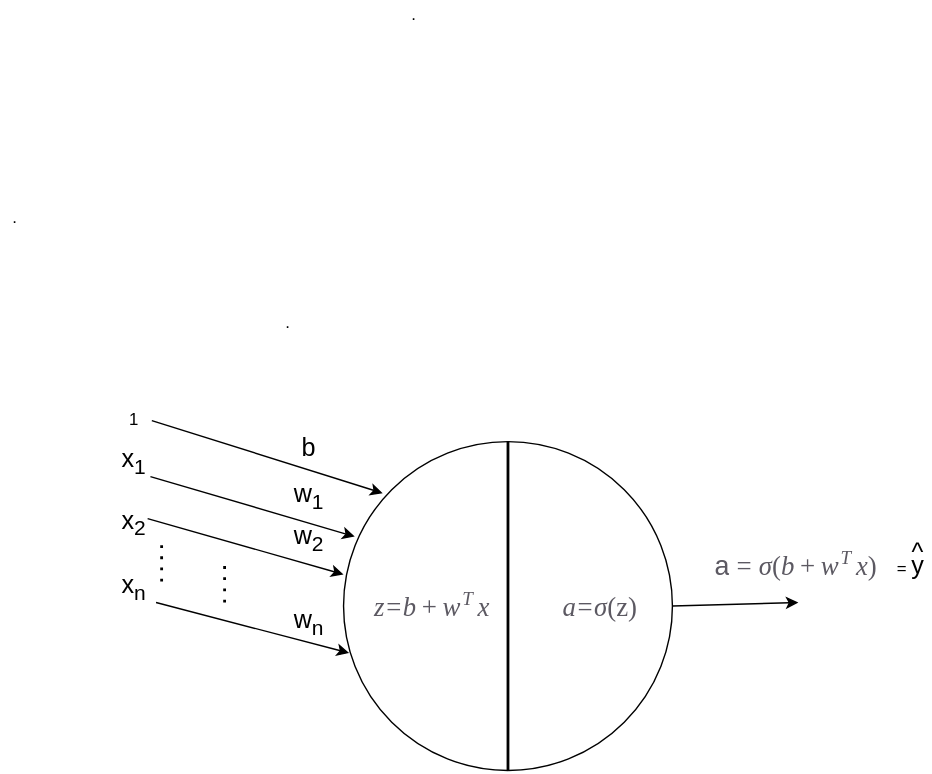
Earlier version of the draw.io export assets/images/neural-networks/logistic-regression-network.svg (ronen567/just-the-docs). Source tidied: cells renumbered, new cells last; positions are measured from the earlier drawing's top-left corner, leaving out a move shared by most shapes.
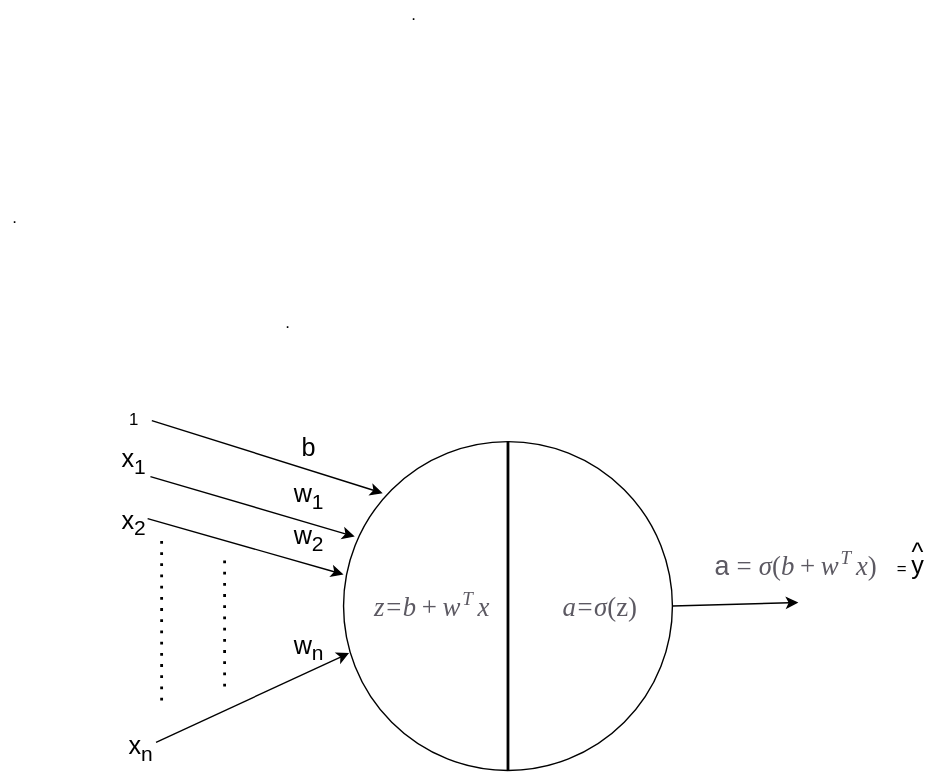
After the change.

What changed in the source:
```diff
@@ -11,10 +11,8 @@
     <mxCell id="4" value="." style="text;html=1;align=center;verticalAlign=middle;" parent="1" vertex="1">
       <mxGeometry y="145" width="20" height="20" as="geometry" />
     </mxCell>
-    <mxCell id="5" style="endArrow=classic;html=1;entryX=0.017;entryY=0.643;entryDx=0;entryDy=0;entryPerimeter=0;" parent="1" edge="1" target="3">
-      <mxGeometry relative="1" as="geometry">
-        <mxPoint x="111" y="430" as="sourcePoint" />
-      </mxGeometry>
+    <mxCell id="5" style="endArrow=classic;html=1;entryX=0.017;entryY=0.643;entryDx=0;entryDy=0;entryPerimeter=0;exitX=0.867;exitY=0.333;exitDx=0;exitDy=0;exitPerimeter=0;" parent="1" edge="1" source="10" target="3">
+      <mxGeometry relative="1" as="geometry" />
     </mxCell>
     <mxCell id="6" style="endArrow=classic;html=1;entryX=0.034;entryY=0.289;entryDx=0;entryDy=0;entryPerimeter=0;" parent="1" edge="1" target="3">
       <mxGeometry relative="1" as="geometry">
@@ -23,7 +21,7 @@
     </mxCell>
     <mxCell id="7" style="endArrow=none;dashed=1;html=1;dashPattern=1 3;strokeWidth=2;" parent="1" edge="1">
       <mxGeometry relative="1" as="geometry">
-        <mxPoint x="160" y="430" as="sourcePoint" />
+        <mxPoint x="160" y="490" as="sourcePoint" />
         <mxPoint x="160" y="400" as="targetPoint" />
       </mxGeometry>
     </mxCell>
@@ -34,7 +32,7 @@
       <mxGeometry x="80" y="359" width="30" height="30" as="geometry" />
     </mxCell>
     <mxCell id="10" value="&lt;font style=&quot;font-size: 18px&quot;&gt;x&lt;sub&gt;n&lt;/sub&gt;&lt;/font&gt;" style="text;html=1;align=center;verticalAlign=middle;points=[];" parent="1" vertex="1">
-      <mxGeometry x="80" y="405" width="30" height="30" as="geometry" />
+      <mxGeometry x="85" y="520" width="30" height="30" as="geometry" />
     </mxCell>
     <mxCell id="11" style="endArrow=classic;html=1;entryX=0.119;entryY=0.157;entryDx=0;entryDy=0;entryPerimeter=0;" parent="1" edge="1" target="3">
       <mxGeometry relative="1" as="geometry">
@@ -62,7 +60,7 @@
       <mxGeometry x="200" y="370" width="40" height="30" as="geometry" />
     </mxCell>
     <mxCell id="18" value="&lt;font style=&quot;font-size: 18px&quot;&gt;w&lt;sub&gt;n&lt;/sub&gt;&lt;/font&gt;" style="text;html=1;align=center;verticalAlign=middle;" parent="1" vertex="1">
-      <mxGeometry x="200" y="430" width="40" height="30" as="geometry" />
+      <mxGeometry x="200" y="447.5" width="40" height="30" as="geometry" />
     </mxCell>
     <mxCell id="19" value="." style="text;html=1;align=center;verticalAlign=middle;" parent="1" vertex="1">
       <mxGeometry x="195" y="220" width="20" height="20" as="geometry" />
@@ -96,7 +94,7 @@
     </mxCell>
     <mxCell id="29" style="endArrow=none;dashed=1;html=1;dashPattern=1 3;strokeWidth=2;" parent="1" edge="1">
       <mxGeometry relative="1" as="geometry">
-        <mxPoint x="115" y="415" as="sourcePoint" />
+        <mxPoint x="115" y="500" as="sourcePoint" />
         <mxPoint x="115" y="385" as="targetPoint" />
       </mxGeometry>
     </mxCell>
```
